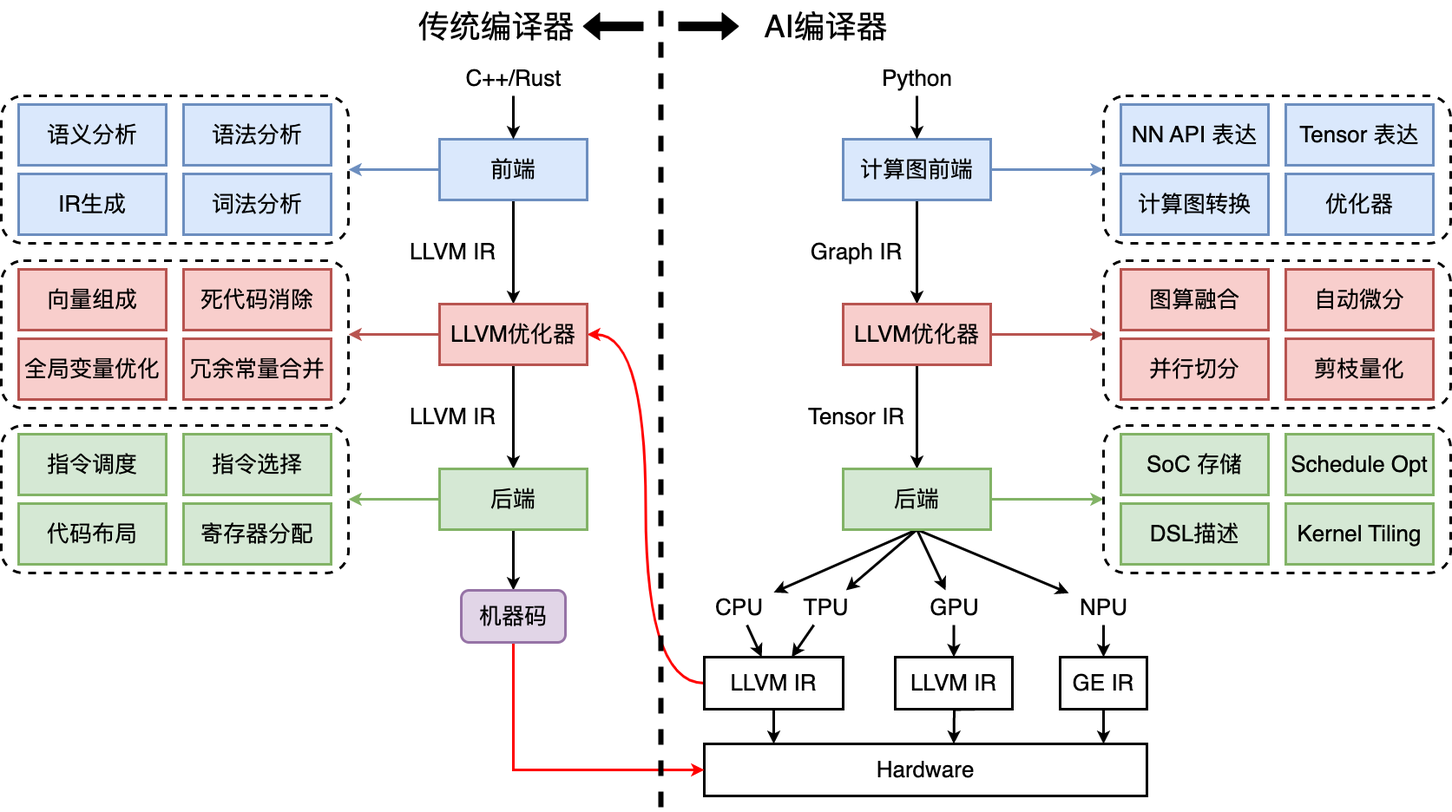
The draw.io diagram AI_System/AI_System/AI编译器框架.drawio.png in superwjfeng/MarkdownWriting, before a commit. Source tidied: cells renumbered, new cells last; positions are measured from the earlier drawing's top-left corner, leaving out a move shared by most shapes.
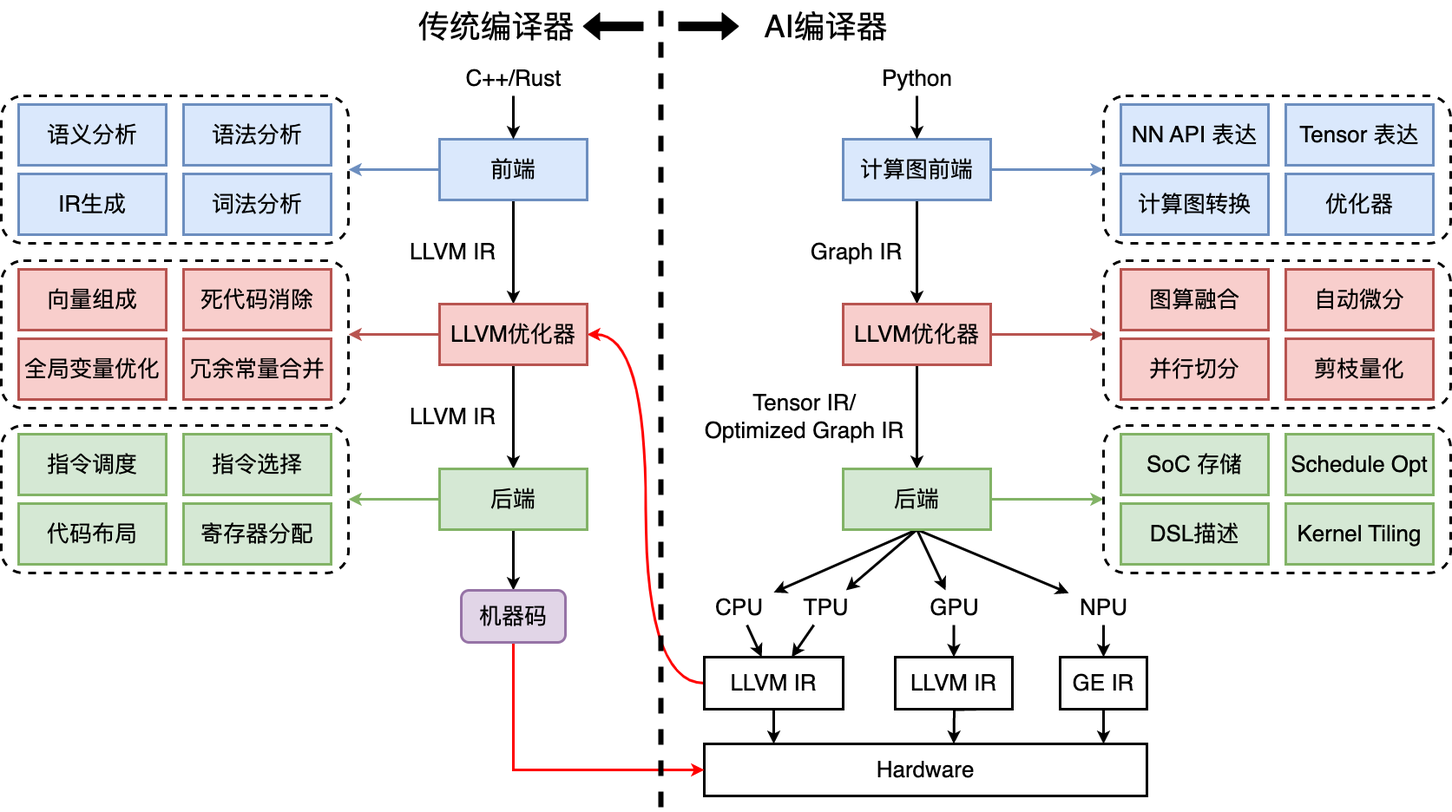
After the commit.

Diff of the diagram source:
```diff
@@ -50,8 +50,8 @@
     <mxCell id="17" value="&lt;font style=&quot;font-size: 26px;&quot;&gt;Graph IR&lt;/font&gt;" style="text;html=1;align=center;verticalAlign=middle;strokeColor=none;fillColor=none;" parent="1" vertex="1">
       <mxGeometry x="920" y="270" width="130" height="40" as="geometry" />
     </mxCell>
-    <mxCell id="18" value="&lt;font style=&quot;font-size: 26px;&quot;&gt;Tensor IR&lt;/font&gt;" style="text;html=1;align=center;verticalAlign=middle;strokeColor=none;fillColor=none;" parent="1" vertex="1">
-      <mxGeometry x="920" y="460" width="130" height="40" as="geometry" />
+    <mxCell id="18" value="&lt;font style=&quot;font-size: 26px;&quot;&gt;Tensor IR/&lt;br&gt;Optimized Graph IR&lt;br&gt;&lt;/font&gt;" style="text;html=1;align=center;verticalAlign=middle;strokeColor=none;fillColor=none;" parent="1" vertex="1">
+      <mxGeometry x="800" y="440" width="250" height="80" as="geometry" />
     </mxCell>
     <mxCell id="19" value="&lt;font style=&quot;font-size: 26px;&quot;&gt;NN API 表达&lt;/font&gt;" style="rounded=0;whiteSpace=wrap;html=1;strokeWidth=3;fillColor=#dae8fc;strokeColor=#6c8ebf;" parent="1" vertex="1">
       <mxGeometry x="1290" y="120" width="170" height="70" as="geometry" />
```
